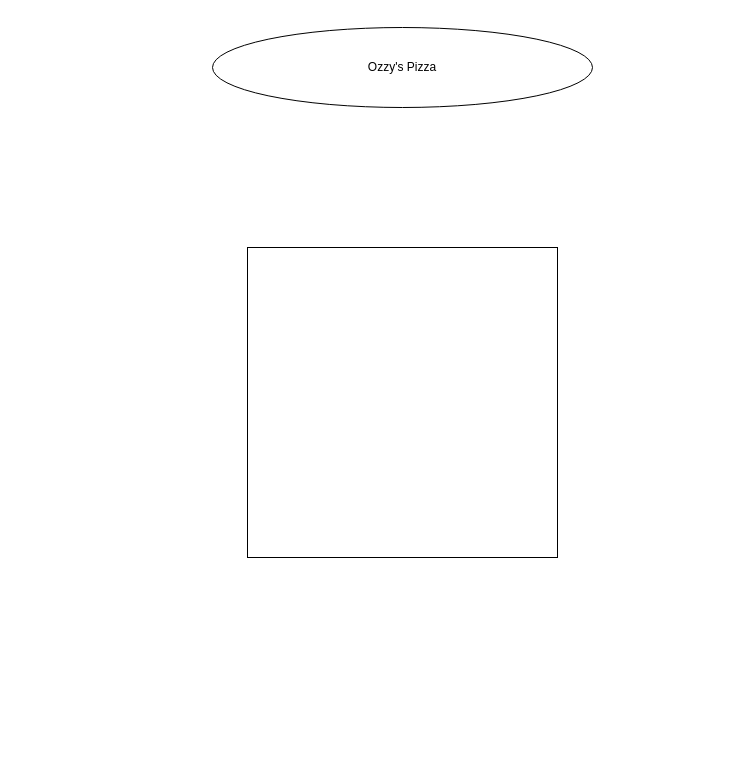
Earlier version of the draw.io diagram Untitled Diagram.drawio (weston-osborne/Ozzys-Pizza). Source tidied: cells renumbered, new cells numbered last; positions are measured from the earlier drawing's top-left corner, leaving out a move shared by most shapes. Both pictures are drawn from the tidied source at 100%, with x=0, y=0 at pixel (212, 27).
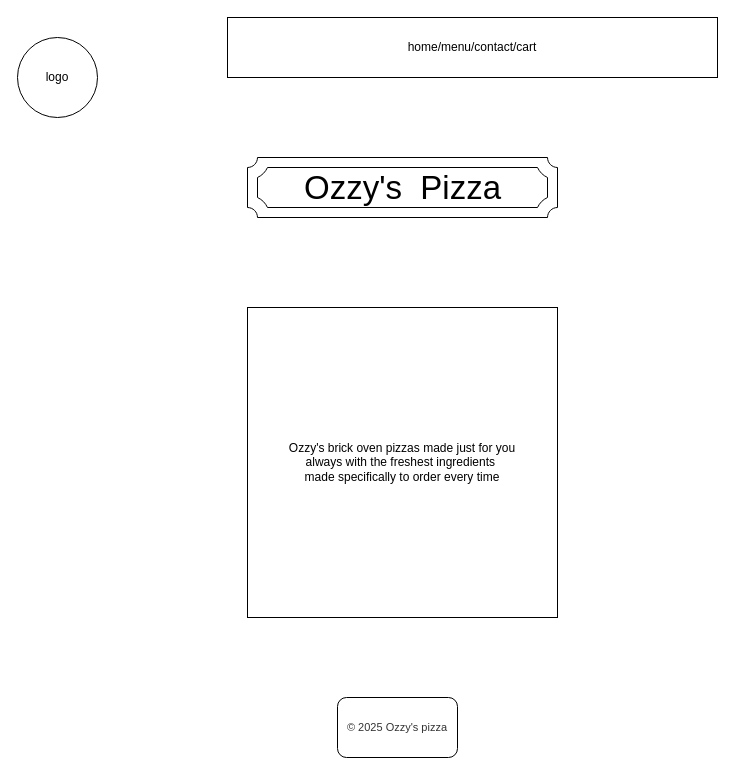
The same diagram, later.

Commit message:
main webpage ozzys pizza

What changed in the source:
```diff
@@
 <mxGraphModel>
   <root>
     <mxCell id="0" />
     <mxCell id="1" parent="0" />
+    <mxCell id="3" value="Ozzy's brick oven pizzas made just for you&lt;div&gt;always with the freshest ingredients&amp;nbsp;&lt;/div&gt;&lt;div&gt;made specifically to order every time&lt;/div&gt;" style="whiteSpace=wrap;html=1;" parent="1" vertex="1">
+      <mxGeometry x="35" y="280" width="310" height="310" as="geometry" />
+    </mxCell>
+    <mxCell id="4" style="verticalLabelPosition=bottom;verticalAlign=top;html=1;shape=mxgraph.basic.plaque_frame;dx=10;whiteSpace=wrap;" parent="1" vertex="1">
+      <mxGeometry x="35" y="130" width="310" height="60" as="geometry" />
+    </mxCell>
-    <mxCell id="2" value="Ozzy's Pizza" style="ellipse;whiteSpace=wrap;html=1;" parent="1" vertex="1">
-      <mxGeometry width="380" height="80" as="geometry" />
+    <mxCell id="2" value="&lt;font style=&quot;font-size: 33px;&quot;&gt;Ozzy's&amp;nbsp; Pizza&lt;/font&gt;" style="text;html=1;align=center;verticalAlign=middle;strokeColor=none;fillColor=none;" parent="1" vertex="1">
+      <mxGeometry x="80" y="135" width="220" height="50" as="geometry" />
     </mxCell>
-    <mxCell id="3" style="whiteSpace=wrap;html=1;" parent="1" vertex="1">
-      <mxGeometry x="35" y="220" width="310" height="310" as="geometry" />
-    </mxCell>
+    <mxCell id="5" style="edgeStyle=orthogonalEdgeStyle;rounded=0;orthogonalLoop=1;jettySize=auto;html=1;exitX=0.5;exitY=1;exitDx=0;exitDy=0;" parent="1" edge="1" source="3" target="3">
+      <mxGeometry relative="1" as="geometry" />
+    </mxCell>
+    <mxCell id="6" value="&lt;span style=&quot;color: rgb(51, 51, 51); font-family: Arial, sans-serif; font-size: 11px; background-color: rgb(255, 255, 255);&quot;&gt;© 2025 Ozzy's pizza&lt;/span&gt;" style="rounded=1;whiteSpace=wrap;html=1;" parent="1" vertex="1">
+      <mxGeometry x="125" y="670" width="120" height="60" as="geometry" />
+    </mxCell>
+    <mxCell id="7" value="home/menu/contact/cart" style="rounded=0;whiteSpace=wrap;html=1;" parent="1" vertex="1">
+      <mxGeometry x="15" y="-10" width="490" height="60" as="geometry" />
+    </mxCell>
+    <mxCell id="8" value="logo" style="ellipse;whiteSpace=wrap;html=1;" parent="1" vertex="1">
+      <mxGeometry x="-195" y="10" width="80" height="80" as="geometry" />
+    </mxCell>
   </root>
 </mxGraphModel>
```
